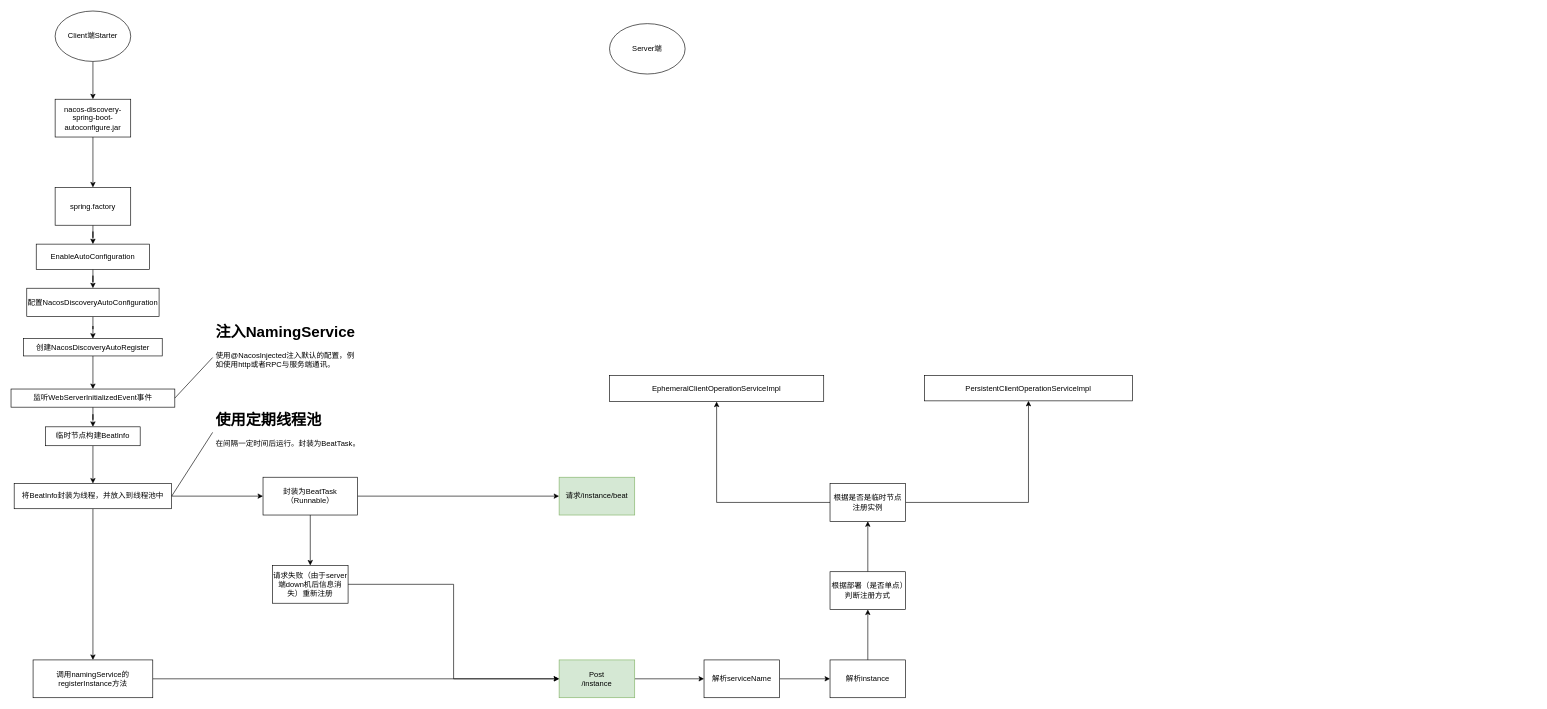
dosjia/chart keeps this draw.io diagram as nacos.drawio. Above is the earlier version. Source tidied: cells renumbered, new cells numbered last; positions are measured from the earlier drawing's top-left corner, leaving out a move shared by most shapes. Both pictures are drawn from the tidied source at 63%, with x=0, y=0 at pixel (11, 11).
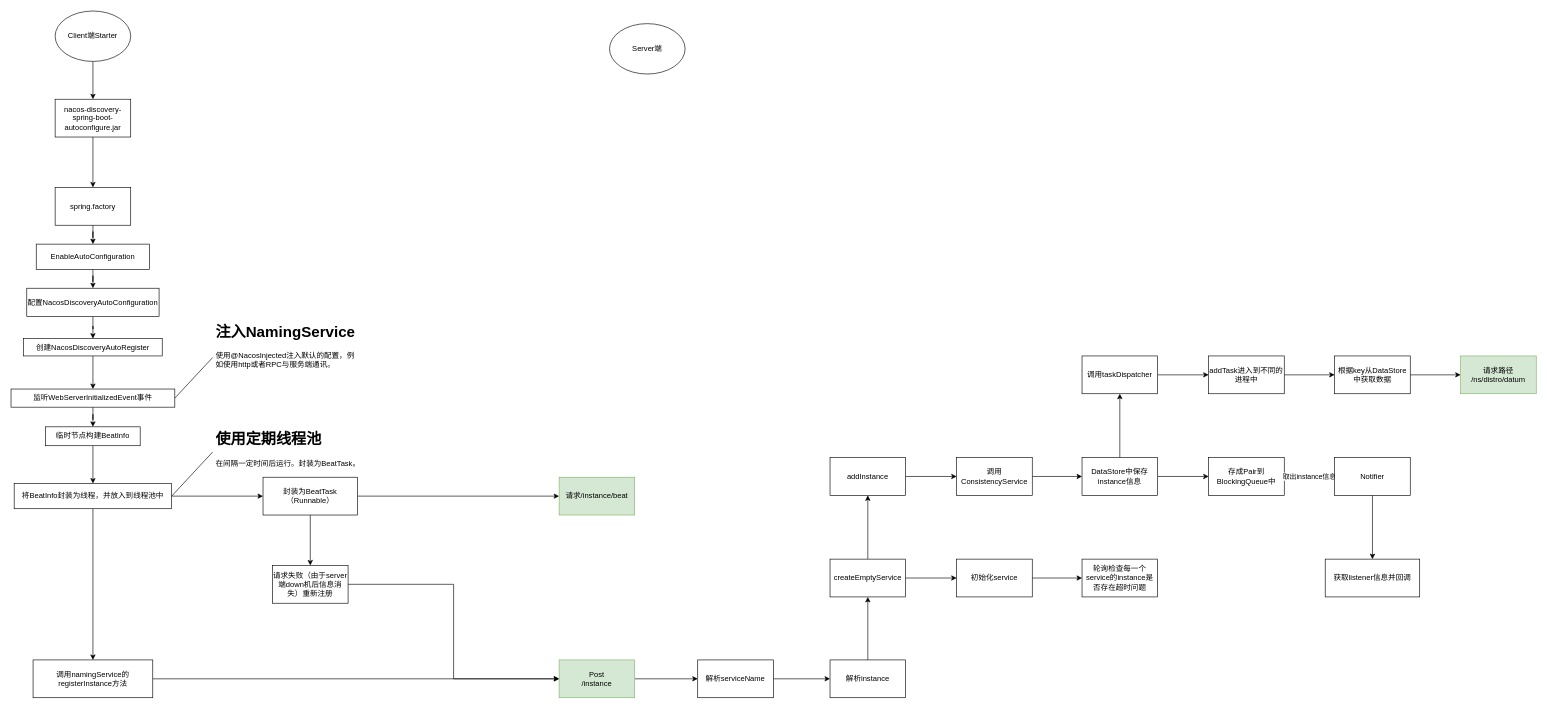
After the change.

The change refers to these unchanged cells:
```xml
<mxCell id="39" value="解析instance" style="whiteSpace=wrap;html=1;rounded=0;" parent="1" vertex="1">
  <mxGeometry x="1300" y="1030" width="120" height="60" as="geometry" />
</mxCell>
```

Diff of the diagram source:
```diff
@@
     <mxCell id="28" value="&lt;h1&gt;使用定期线程池&lt;/h1&gt;&lt;p&gt;在间隔一定时间后运行。封装为BeatTask。&lt;/p&gt;" style="text;html=1;strokeColor=none;fillColor=none;spacing=5;spacingTop=-20;whiteSpace=wrap;overflow=hidden;rounded=0;" parent="1" vertex="1">
-      <mxGeometry x="320" y="628.8" width="240" height="80" as="geometry" />
+      <mxGeometry x="320" y="660" width="240" height="80" as="geometry" />
     </mxCell>
@@
     <mxCell id="37" value="解析serviceName" style="rounded=0;whiteSpace=wrap;html=1;" parent="1" vertex="1">
-      <mxGeometry x="1100" y="1030" width="120" height="60" as="geometry" />
+      <mxGeometry x="1090" y="1030" width="120" height="60" as="geometry" />
     </mxCell>
-    <mxCell id="38" style="edgeStyle=orthogonalEdgeStyle;rounded=0;jettySize=auto;html=1;" parent="1" edge="1" source="39" target="41">
+    <mxCell id="38" style="edgeStyle=orthogonalEdgeStyle;rounded=0;jettySize=auto;html=1;entryX=0.5;entryY=1;entryDx=0;entryDy=0;" parent="1" edge="1" source="39" target="49">
       <mxGeometry relative="1" as="geometry" />
     </mxCell>
@@
-    <mxCell id="40" style="edgeStyle=orthogonalEdgeStyle;rounded=0;jettySize=auto;html=1;" parent="1" edge="1" source="41" target="44">
-      <mxGeometry relative="1" as="geometry" />
-    </mxCell>
-    <mxCell id="41" value="根据部署（是否单点）判断注册方式" style="whiteSpace=wrap;html=1;rounded=0;" parent="1" vertex="1">
-      <mxGeometry x="1300" y="890" width="120" height="60" as="geometry" />
-    </mxCell>
-    <mxCell id="42" style="edgeStyle=orthogonalEdgeStyle;rounded=0;jettySize=auto;html=1;" parent="1" edge="1" source="44" target="45">
-      <mxGeometry relative="1" as="geometry" />
-    </mxCell>
-    <mxCell id="43" style="edgeStyle=orthogonalEdgeStyle;rounded=0;jettySize=auto;html=1;" parent="1" edge="1" source="44" target="46">
-      <mxGeometry relative="1" as="geometry" />
-    </mxCell>
-    <mxCell id="44" value="&lt;div&gt;根据是否是临时节点注册实例&lt;/div&gt;" style="whiteSpace=wrap;html=1;rounded=0;" parent="1" vertex="1">
-      <mxGeometry x="1300" y="750" width="120" height="60" as="geometry" />
-    </mxCell>
-    <mxCell id="45" value="EphemeralClientOperationServiceImpl" style="whiteSpace=wrap;html=1;rounded=0;" parent="1" vertex="1">
-      <mxGeometry x="950" y="578.8" width="340" height="41.2" as="geometry" />
-    </mxCell>
-    <mxCell id="46" value="PersistentClientOperationServiceImpl" style="whiteSpace=wrap;html=1;rounded=0;" parent="1" vertex="1">
-      <mxGeometry x="1450" y="578.8" width="330" height="40" as="geometry" />
-    </mxCell>
+    <mxCell id="47" style="edgeStyle=orthogonalEdgeStyle;rounded=0;jettySize=auto;html=1;" parent="1" edge="1" source="49" target="52">
+      <mxGeometry relative="1" as="geometry" />
+    </mxCell>
+    <mxCell id="48" style="edgeStyle=orthogonalEdgeStyle;rounded=0;jettySize=auto;html=1;" parent="1" edge="1" source="49" target="54">
+      <mxGeometry relative="1" as="geometry" />
+    </mxCell>
+    <mxCell id="49" value="createEmptyService" style="rounded=0;whiteSpace=wrap;html=1;" parent="1" vertex="1">
+      <mxGeometry x="1300" y="870" width="120" height="60" as="geometry" />
+    </mxCell>
+    <mxCell id="50" value="轮询检查每一个service的instance是否存在超时问题" style="whiteSpace=wrap;html=1;rounded=0;" parent="1" vertex="1">
+      <mxGeometry x="1700" y="870" width="120" height="60" as="geometry" />
+    </mxCell>
+    <mxCell id="51" style="edgeStyle=orthogonalEdgeStyle;rounded=0;jettySize=auto;html=1;exitX=1;exitY=0.5;exitDx=0;exitDy=0;" parent="1" edge="1" source="52" target="50">
+      <mxGeometry relative="1" as="geometry" />
+    </mxCell>
+    <mxCell id="52" value="初始化service" style="rounded=0;whiteSpace=wrap;html=1;" parent="1" vertex="1">
+      <mxGeometry x="1501" y="870" width="120" height="60" as="geometry" />
+    </mxCell>
+    <mxCell id="53" style="edgeStyle=orthogonalEdgeStyle;rounded=0;jettySize=auto;html=1;" parent="1" edge="1" source="54" target="56">
+      <mxGeometry relative="1" as="geometry" />
+    </mxCell>
+    <mxCell id="54" value="addInstance" style="whiteSpace=wrap;html=1;rounded=0;" parent="1" vertex="1">
+      <mxGeometry x="1300" y="708.8" width="120" height="60" as="geometry" />
+    </mxCell>
+    <mxCell id="55" style="edgeStyle=orthogonalEdgeStyle;rounded=0;jettySize=auto;html=1;" parent="1" edge="1" source="56" target="59">
+      <mxGeometry relative="1" as="geometry" />
+    </mxCell>
+    <mxCell id="56" value="调用ConsistencyService" style="whiteSpace=wrap;html=1;rounded=0;" parent="1" vertex="1">
+      <mxGeometry x="1501" y="708.8" width="120" height="60" as="geometry" />
+    </mxCell>
+    <mxCell id="57" style="edgeStyle=orthogonalEdgeStyle;rounded=0;jettySize=auto;html=1;" parent="1" edge="1" source="59" target="60">
+      <mxGeometry relative="1" as="geometry" />
+    </mxCell>
+    <mxCell id="58" style="edgeStyle=orthogonalEdgeStyle;rounded=0;jettySize=auto;html=1;" parent="1" edge="1" source="59" target="66">
+      <mxGeometry relative="1" as="geometry" />
+    </mxCell>
+    <mxCell id="59" value="DataStore中保存instance信息" style="whiteSpace=wrap;html=1;rounded=0;" parent="1" vertex="1">
+      <mxGeometry x="1700" y="708.8" width="120" height="60" as="geometry" />
+    </mxCell>
+    <mxCell id="60" value="存成Pair到BlockingQueue中" style="whiteSpace=wrap;html=1;rounded=0;" parent="1" vertex="1">
+      <mxGeometry x="1901" y="708.8" width="120" height="60" as="geometry" />
+    </mxCell>
+    <mxCell id="61" value="取出instance信息" style="edgeStyle=orthogonalEdgeStyle;rounded=0;jettySize=auto;html=1;exitX=0;exitY=0.5;exitDx=0;exitDy=0;entryX=1;entryY=0.5;entryDx=0;entryDy=0;" parent="1" edge="1" source="63" target="60">
+      <mxGeometry relative="1" as="geometry" />
+    </mxCell>
+    <mxCell id="62" style="edgeStyle=orthogonalEdgeStyle;rounded=0;jettySize=auto;html=1;" parent="1" edge="1" source="63" target="64">
+      <mxGeometry relative="1" as="geometry" />
+    </mxCell>
+    <mxCell id="63" value="Notifier" style="rounded=0;whiteSpace=wrap;html=1;" parent="1" vertex="1">
+      <mxGeometry x="2101" y="708.8" width="120" height="60" as="geometry" />
+    </mxCell>
+    <mxCell id="64" value="获取listener信息并回调" style="rounded=0;whiteSpace=wrap;html=1;" parent="1" vertex="1">
+      <mxGeometry x="2086" y="870" width="150" height="60" as="geometry" />
+    </mxCell>
+    <mxCell id="65" style="edgeStyle=orthogonalEdgeStyle;rounded=0;jettySize=auto;html=1;" parent="1" edge="1" source="66" target="68">
+      <mxGeometry relative="1" as="geometry" />
+    </mxCell>
+    <mxCell id="66" value="调用taskDispatcher" style="whiteSpace=wrap;html=1;rounded=0;" parent="1" vertex="1">
+      <mxGeometry x="1700" y="547.5" width="120" height="60" as="geometry" />
+    </mxCell>
+    <mxCell id="67" style="edgeStyle=orthogonalEdgeStyle;rounded=0;jettySize=auto;html=1;" parent="1" edge="1" source="68" target="70">
+      <mxGeometry relative="1" as="geometry" />
+    </mxCell>
+    <mxCell id="68" value="addTask进入到不同的进程中" style="whiteSpace=wrap;html=1;rounded=0;" parent="1" vertex="1">
+      <mxGeometry x="1901" y="547.5" width="120" height="60" as="geometry" />
+    </mxCell>
+    <mxCell id="69" style="edgeStyle=orthogonalEdgeStyle;rounded=0;jettySize=auto;html=1;" parent="1" edge="1" source="70" target="71">
+      <mxGeometry relative="1" as="geometry" />
+    </mxCell>
+    <mxCell id="70" value="根据key从DataStore中获取数据" style="whiteSpace=wrap;html=1;rounded=0;" parent="1" vertex="1">
+      <mxGeometry x="2101" y="547.5" width="120" height="60" as="geometry" />
+    </mxCell>
+    <mxCell id="71" value="请求路径 /ns/distro/datum" style="whiteSpace=wrap;html=1;rounded=0;fillColor=#d5e8d4;strokeColor=#82b366;" parent="1" vertex="1">
+      <mxGeometry x="2301" y="547.5" width="120" height="60" as="geometry" />
+    </mxCell>
```
